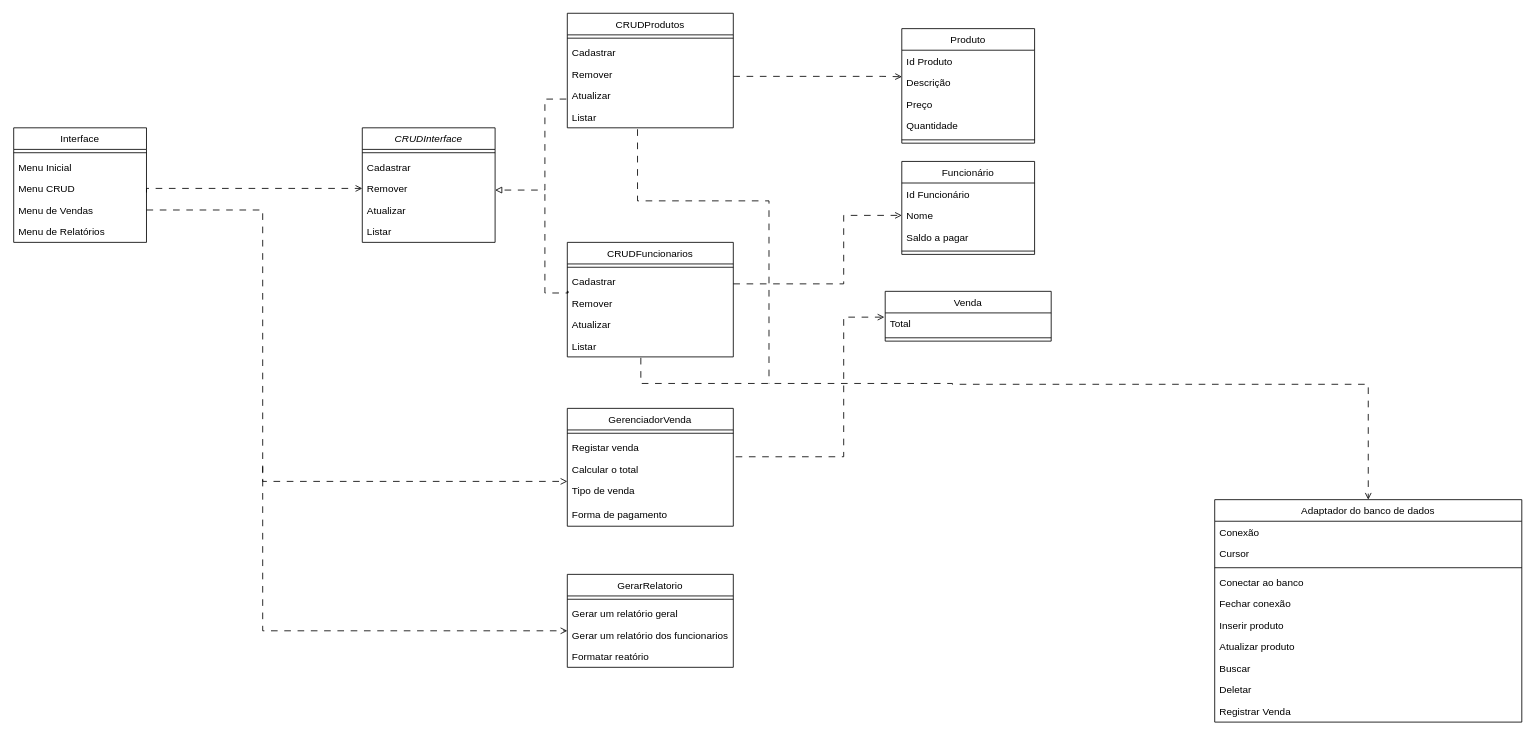
Above: docs/ModeloConceitual.drawio in belleruivo/cantina-fatore (draw.io), before the change. Source tidied: cells renumbered, new cells numbered last; positions are measured from the earlier drawing's top-left corner, leaving out a move shared by most shapes. Both pictures are drawn from the tidied source at 83%, with x=0, y=0 at pixel (13, 12).
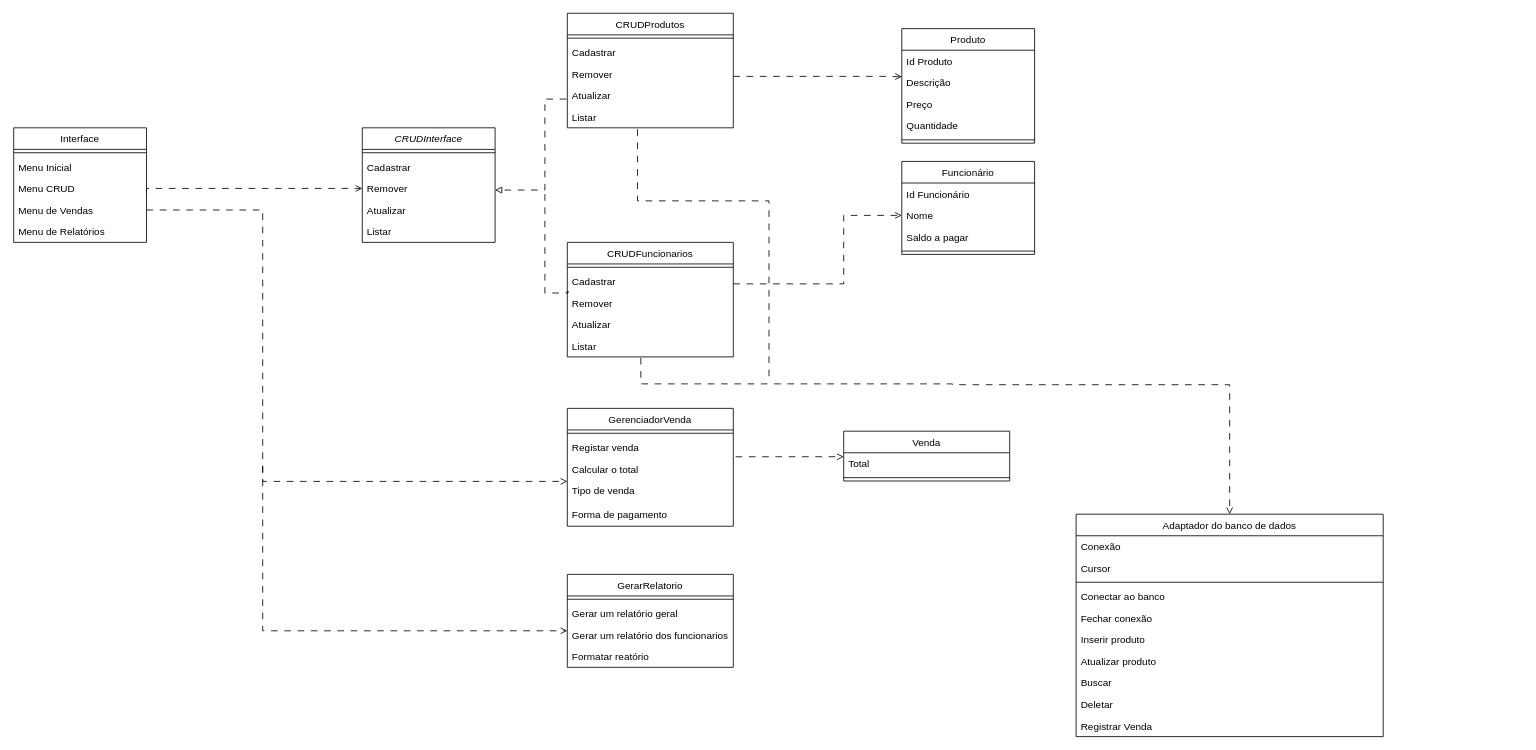
The same page after the edit.

Unchanged cells that the change refers to:
```xml
<mxCell id="45" value="Listar" style="text;align=left;verticalAlign=top;spacingLeft=4;spacingRight=4;overflow=hidden;points=[[0,0.5],[1,0.5]];portConstraint=eastwest;" parent="40" vertex="1">
  <mxGeometry y="112" width="200" height="26" as="geometry" />
</mxCell>
<mxCell id="51" value="Listar" style="text;align=left;verticalAlign=top;spacingLeft=4;spacingRight=4;overflow=hidden;points=[[0,0.5],[1,0.5]];portConstraint=eastwest;" parent="46" vertex="1">
  <mxGeometry y="112" width="200" height="26" as="geometry" />
</mxCell>
<mxCell id="60" value="Calcular o total" style="text;align=left;verticalAlign=top;spacingLeft=4;spacingRight=4;overflow=hidden;points=[[0,0.5],[1,0.5]];portConstraint=eastwest;" parent="57" vertex="1">
  <mxGeometry y="60" width="200" height="26" as="geometry" />
</mxCell>
```

What changed in the source:
```diff
@@
     <mxCell id="19" value="Adaptador do banco de dados" style="swimlane;fontStyle=0;align=center;verticalAlign=top;horizontal=1;startSize=26;rounded=0;shadow=0;strokeWidth=1;" parent="1" vertex="1">
-      <mxGeometry x="1447" y="586.5" width="370" height="268" as="geometry" />
+      <mxGeometry x="1280" y="604" width="370" height="268" as="geometry" />
     </mxCell>
@@
     <mxCell id="37" value="Venda" style="swimlane;fontStyle=0;align=center;verticalAlign=top;horizontal=1;startSize=26;rounded=0;shadow=0;strokeWidth=1;" parent="1" vertex="1">
-      <mxGeometry x="1050" y="335.5" width="200" height="60" as="geometry" />
+      <mxGeometry x="1000" y="504" width="200" height="60" as="geometry" />
     </mxCell>
@@
     <mxCell id="67" style="endArrow=open;html=1;rounded=0;dashed=1;endFill=0;dashPattern=8 8;exitX=0.443;exitY=1.043;exitDx=0;exitDy=0;edgeStyle=orthogonalEdgeStyle;exitPerimeter=0;entryX=0.5;entryY=0;entryDx=0;entryDy=0;" parent="1" edge="1" source="51" target="19">
       <mxGeometry relative="1" as="geometry">
         <Array as="points">
-          <mxPoint x="756" y="446.5" />
-          <mxPoint x="1131" y="446.5" />
-          <mxPoint x="1131" y="447.5" />
-          <mxPoint x="1632" y="447.5" />
+          <mxPoint x="756" y="447" />
+          <mxPoint x="1131" y="447" />
+          <mxPoint x="1465" y="448" />
         </Array>
       </mxGeometry>
     </mxCell>
     <mxCell id="68" style="endArrow=none;html=1;rounded=0;dashed=1;endFill=0;dashPattern=8 8;exitX=0.423;exitY=1.067;exitDx=0;exitDy=0;edgeStyle=orthogonalEdgeStyle;exitPerimeter=0;" parent="1" edge="1" source="45">
       <mxGeometry relative="1" as="geometry">
-        <mxPoint x="910" y="446.5" as="targetPoint" />
+        <mxPoint x="910" y="444" as="targetPoint" />
         <Array as="points">
           <mxPoint x="752" y="226.5" />
           <mxPoint x="910" y="226.5" />
         </Array>
       </mxGeometry>
     </mxCell>
-    <mxCell id="69" style="endArrow=open;html=1;rounded=0;dashed=1;endFill=0;dashPattern=8 8;exitX=1.014;exitY=-0.064;exitDx=0;exitDy=0;edgeStyle=orthogonalEdgeStyle;exitPerimeter=0;entryX=-0.005;entryY=0.926;entryDx=0;entryDy=0;entryPerimeter=0;" parent="1" edge="1" source="60">
+    <mxCell id="69" style="endArrow=open;html=1;rounded=0;dashed=1;endFill=0;dashPattern=8 8;exitX=1.014;exitY=-0.064;exitDx=0;exitDy=0;edgeStyle=orthogonalEdgeStyle;exitPerimeter=0;" parent="1" edge="1" source="60" target="37">
       <mxGeometry relative="1" as="geometry">
-        <mxPoint x="1049" y="366.6" as="targetPoint" />
         <Array as="points">
-          <mxPoint x="1000" y="534.5" />
-          <mxPoint x="1000" y="366.5" />
+          <mxPoint x="920" y="535" />
+          <mxPoint x="1000" y="534" />
+          <mxPoint x="1000" y="554" />
         </Array>
       </mxGeometry>
     </mxCell>
```
